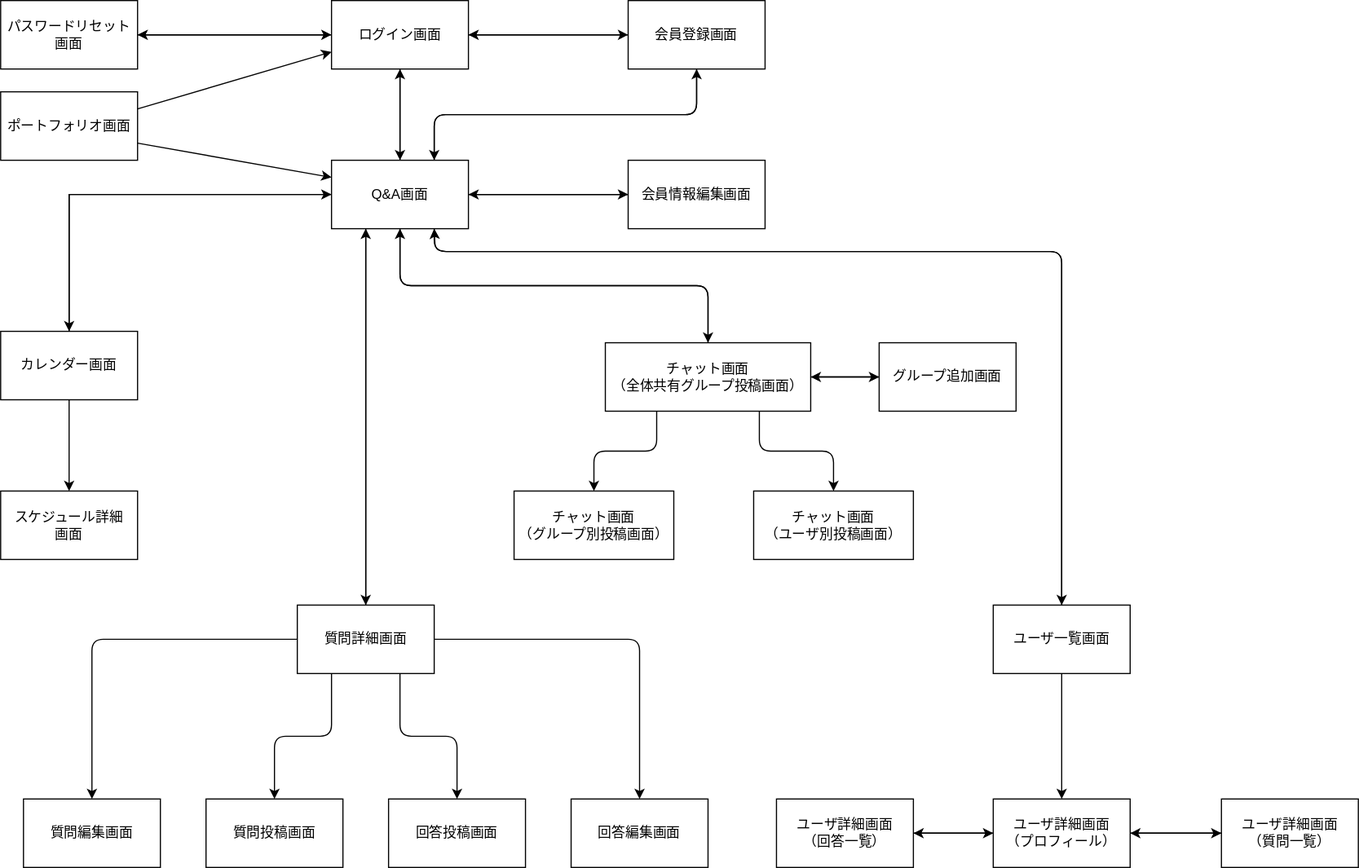
Above: start_challenge/static/generals/portfolio/画面遷移図.drawio.svg in Yoshidak-ta/start_challenge (draw.io), before the change. Source tidied: cells renumbered, new cells last; positions are measured from the earlier drawing's top-left corner, leaving out a move shared by most shapes.
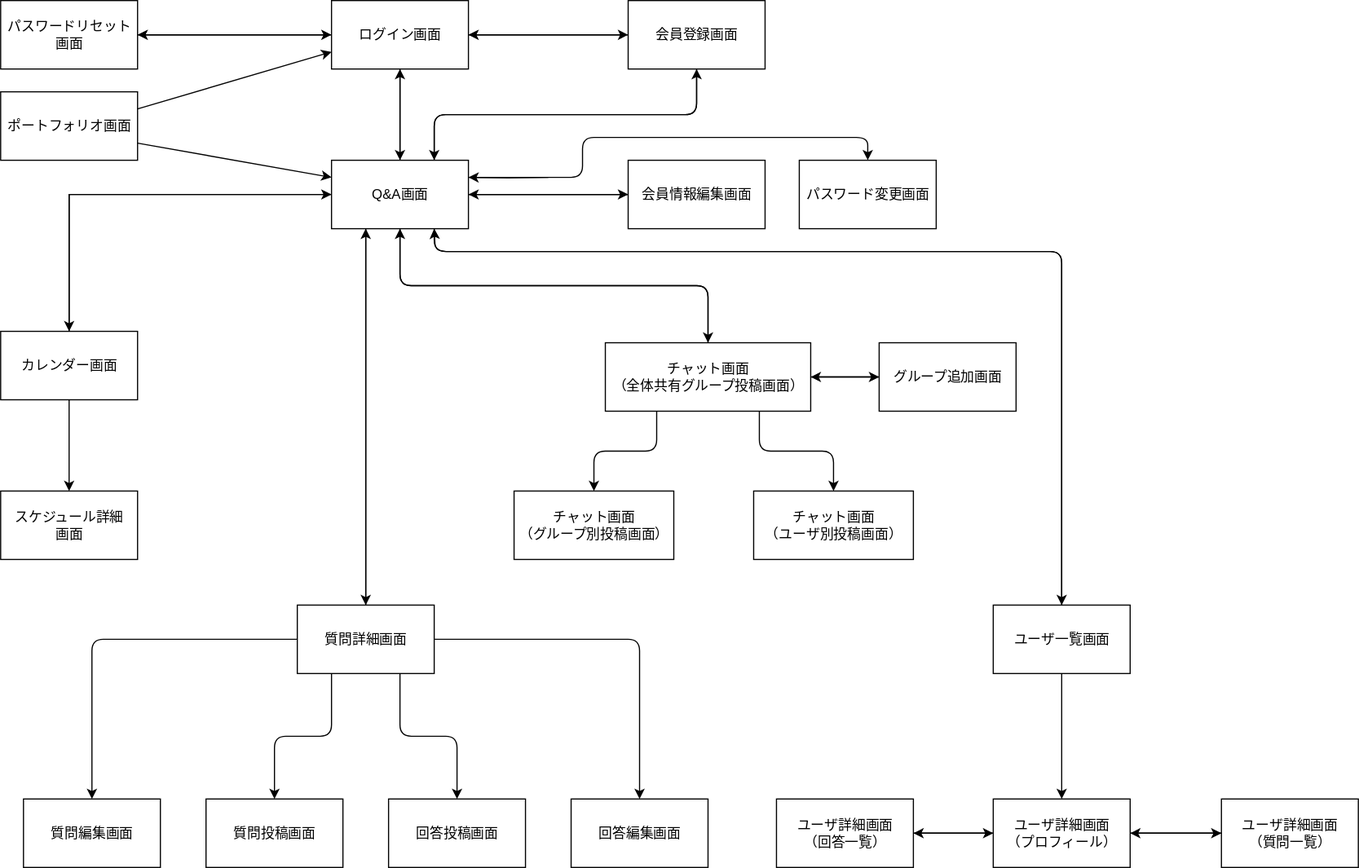
Above is the later version.

Change to the diagram source:
```diff
@@ -216,5 +216,22 @@
     <mxCell id="57" style="endArrow=classic;html=1;rounded=0;exitX=1;exitY=0.75;exitDx=0;exitDy=0;entryX=0;entryY=0.25;entryDx=0;entryDy=0;" parent="1" edge="1" source="55" target="50">
       <mxGeometry relative="1" as="geometry" />
     </mxCell>
+    <mxCell id="58" value="パスワード変更画面" style="rounded=0;whiteSpace=wrap;html=1;labelBackgroundColor=none;" parent="1" vertex="1">
+      <mxGeometry x="700" y="140" width="120" height="60" as="geometry" />
+    </mxCell>
+    <mxCell id="59" style="edgeStyle=orthogonalEdgeStyle;jettySize=auto;html=1;exitX=1;exitY=0.25;exitDx=0;exitDy=0;entryX=0.5;entryY=0;entryDx=0;entryDy=0;" parent="1" edge="1" source="50" target="58">
+      <mxGeometry relative="1" as="geometry">
+        <Array as="points">
+          <mxPoint x="510" y="155" />
+          <mxPoint x="510" y="120" />
+          <mxPoint x="760" y="120" />
+        </Array>
+      </mxGeometry>
+    </mxCell>
+    <mxCell id="60" style="edgeStyle=orthogonalEdgeStyle;rounded=0;jettySize=auto;html=1;labelBackgroundColor=none;fontColor=default;entryX=1;entryY=0.25;entryDx=0;entryDy=0;" parent="1" edge="1" target="50">
+      <mxGeometry relative="1" as="geometry">
+        <mxPoint x="480" y="155" as="sourcePoint" />
+      </mxGeometry>
+    </mxCell>
   </root>
 </mxGraphModel>
```
